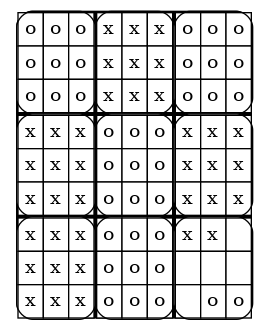
The Graphviz diagram output.png in JetMagpie/FilRouge_Super_Morpion, before a commit. Its source is kept beside it as output.dot.
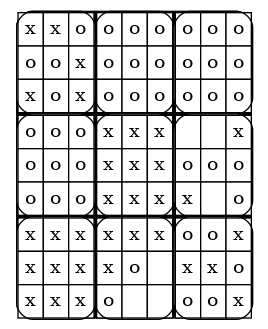
Later version of the same file.

Change to the diagram source:
```diff
@@ -2,6 +2,62 @@
   node [shape=none];
   a0 [label=<
   <TABLE border="0" cellspacing="0" cellpadding="0" style="rounded" bgcolor="black">
+    <TR>
+      <TD><TABLE border="1" cellspacing="0" cellpadding="4" style="rounded" bgcolor="white">
+  <TR>
+<TD bgcolor="white">x</TD>
+<TD bgcolor="white">x</TD>
+<TD bgcolor="white">o</TD>
+  </TR>
+  <TR>
+<TD bgcolor="white">o</TD>
+<TD bgcolor="white">o</TD>
+<TD bgcolor="white">x</TD>
+  </TR>
+  <TR>
+<TD bgcolor="white">x</TD>
+<TD bgcolor="white">o</TD>
+<TD bgcolor="white">x</TD>
+  </TR>
+</TABLE>
+</TD>
+      <TD><TABLE border="1" cellspacing="0" cellpadding="4" style="rounded" bgcolor="white">
+  <TR>
+<TD bgcolor="white">o</TD>
+<TD bgcolor="white">o</TD>
+<TD bgcolor="white">o</TD>
+  </TR>
+  <TR>
+<TD bgcolor="white">o</TD>
+<TD bgcolor="white">o</TD>
+<TD bgcolor="white">o</TD>
+  </TR>
+  <TR>
+<TD bgcolor="white">o</TD>
+<TD bgcolor="white">o</TD>
+<TD bgcolor="white">o</TD>
+  </TR>
+</TABLE>
+</TD>
+      <TD><TABLE border="1" cellspacing="0" cellpadding="4" style="rounded" bgcolor="white">
+  <TR>
+<TD bgcolor="white">o</TD>
+<TD bgcolor="white">o</TD>
+<TD bgcolor="white">o</TD>
+  </TR>
+  <TR>
+<TD bgcolor="white">o</TD>
+<TD bgcolor="white">o</TD>
+<TD bgcolor="white">o</TD>
+  </TR>
+  <TR>
+<TD bgcolor="white">o</TD>
+<TD bgcolor="white">o</TD>
+<TD bgcolor="white">o</TD>
+  </TR>
+</TABLE>
+</TD>
+    </TR>
     <TR>
       <TD><TABLE border="1" cellspacing="0" cellpadding="4" style="rounded" bgcolor="white">
   <TR>
@@ -41,9 +97,9 @@
 </TD>
       <TD><TABLE border="1" cellspacing="0" cellpadding="4" style="rounded" bgcolor="white">
   <TR>
-<TD bgcolor="white">o</TD>
-<TD bgcolor="white">o</TD>
-<TD bgcolor="white">o</TD>
+<TD bgcolor="white"> </TD>
+<TD bgcolor="white"> </TD>
+<TD bgcolor="white">x</TD>
   </TR>
   <TR>
 <TD bgcolor="white">o</TD>
@@ -51,8 +107,8 @@
 <TD bgcolor="white">o</TD>
   </TR>
   <TR>
-<TD bgcolor="white">o</TD>
-<TD bgcolor="white">o</TD>
+<TD bgcolor="white">x</TD>
+<TD bgcolor="white"> </TD>
 <TD bgcolor="white">o</TD>
   </TR>
 </TABLE>
@@ -79,57 +135,19 @@
 </TD>
       <TD><TABLE border="1" cellspacing="0" cellpadding="4" style="rounded" bgcolor="white">
   <TR>
-<TD bgcolor="white">o</TD>
-<TD bgcolor="white">o</TD>
-<TD bgcolor="white">o</TD>
-  </TR>
-  <TR>
-<TD bgcolor="white">o</TD>
-<TD bgcolor="white">o</TD>
-<TD bgcolor="white">o</TD>
-  </TR>
-  <TR>
-<TD bgcolor="white">o</TD>
-<TD bgcolor="white">o</TD>
-<TD bgcolor="white">o</TD>
-  </TR>
-</TABLE>
-</TD>
-      <TD><TABLE border="1" cellspacing="0" cellpadding="4" style="rounded" bgcolor="white">
-  <TR>
 <TD bgcolor="white">x</TD>
 <TD bgcolor="white">x</TD>
 <TD bgcolor="white">x</TD>
   </TR>
   <TR>
 <TD bgcolor="white">x</TD>
-<TD bgcolor="white">x</TD>
-<TD bgcolor="white">x</TD>
+<TD bgcolor="white">o</TD>
+<TD bgcolor="white"> </TD>
   </TR>
   <TR>
-<TD bgcolor="white">x</TD>
-<TD bgcolor="white">x</TD>
-<TD bgcolor="white">x</TD>
-  </TR>
-</TABLE>
-</TD>
-    </TR>
-    <TR>
-      <TD><TABLE border="1" cellspacing="0" cellpadding="4" style="rounded" bgcolor="white">
-  <TR>
-<TD bgcolor="white">x</TD>
-<TD bgcolor="white">x</TD>
-<TD bgcolor="white">x</TD>
-  </TR>
-  <TR>
-<TD bgcolor="white">x</TD>
-<TD bgcolor="white">x</TD>
-<TD bgcolor="white">x</TD>
-  </TR>
-  <TR>
-<TD bgcolor="white">x</TD>
-<TD bgcolor="white">x</TD>
-<TD bgcolor="white">x</TD>
+<TD bgcolor="white">o</TD>
+<TD bgcolor="white"> </TD>
+<TD bgcolor="white"> </TD>
   </TR>
 </TABLE>
 </TD>
@@ -137,35 +155,17 @@
   <TR>
 <TD bgcolor="white">o</TD>
 <TD bgcolor="white">o</TD>
+<TD bgcolor="white">x</TD>
+  </TR>
+  <TR>
+<TD bgcolor="white">x</TD>
+<TD bgcolor="white">x</TD>
 <TD bgcolor="white">o</TD>
   </TR>
   <TR>
 <TD bgcolor="white">o</TD>
 <TD bgcolor="white">o</TD>
-<TD bgcolor="white">o</TD>
-  </TR>
-  <TR>
-<TD bgcolor="white">o</TD>
-<TD bgcolor="white">o</TD>
-<TD bgcolor="white">o</TD>
-  </TR>
-</TABLE>
-</TD>
-      <TD><TABLE border="1" cellspacing="0" cellpadding="4" style="rounded" bgcolor="white">
-  <TR>
 <TD bgcolor="white">x</TD>
-<TD bgcolor="white">x</TD>
-<TD bgcolor="white"> </TD>
-  </TR>
-  <TR>
-<TD bgcolor="white"> </TD>
-<TD bgcolor="white"> </TD>
-<TD bgcolor="white"> </TD>
-  </TR>
-  <TR>
-<TD bgcolor="white"> </TD>
-<TD bgcolor="white">o</TD>
-<TD bgcolor="white">o</TD>
   </TR>
 </TABLE>
 </TD>
```
